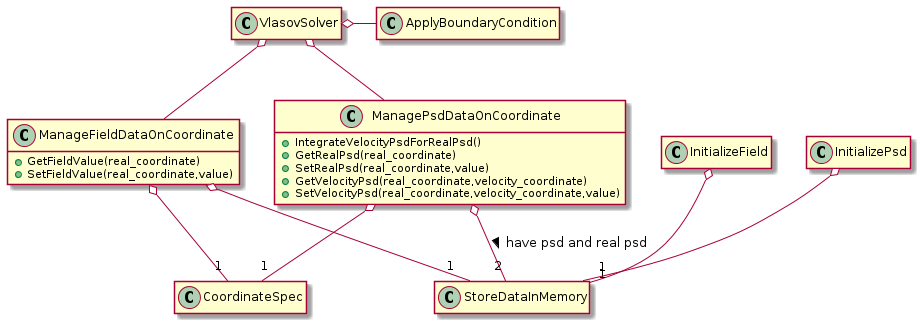
Earlier version of the PlantUML export out/designCode/class_design_outline/class_design_outline.png (Butadiene/HEEModByPuls).
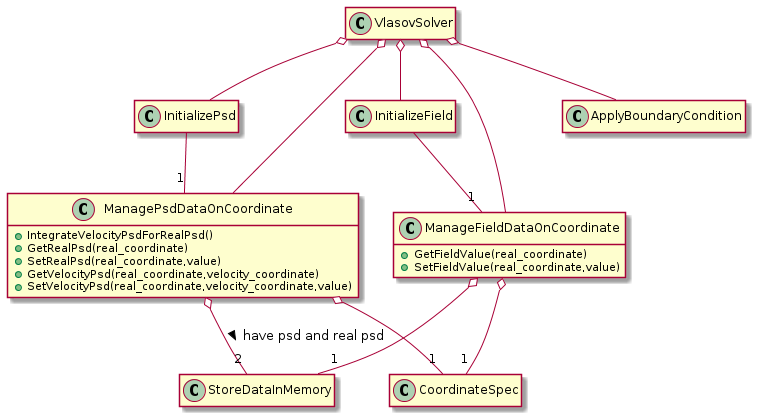
After the change.

Change to the diagram source:
```diff
@@ -45,7 +45,7 @@
 VlasovSolver o-- ManagePsdDataOnCoordinate
 VlasovSolver o-- ManageFieldDataOnCoordinate
 
-VlasovSolver o- ApplyBoundaryCondition
+VlasovSolver o-- ApplyBoundaryCondition
 
 ManagePsdDataOnCoordinate o-- "2" StoreDataInMemory : have psd and real psd >
 ManageFieldDataOnCoordinate o-- "1" StoreDataInMemory
@@ -53,8 +53,11 @@
 ManagePsdDataOnCoordinate o-- "1" CoordinateSpec
 ManageFieldDataOnCoordinate o-- "1" CoordinateSpec
 
-InitializeField o-- "1"StoreDataInMemory
-InitializePsd o-- "1"StoreDataInMemory
+InitializeField -- "1"ManageFieldDataOnCoordinate
+InitializePsd -- "1"ManagePsdDataOnCoordinate
+
+VlasovSolver o--InitializePsd
+VlasovSolver o--InitializeField
 
 hide members
 show ManageFieldDataOnCoordinate method
```
